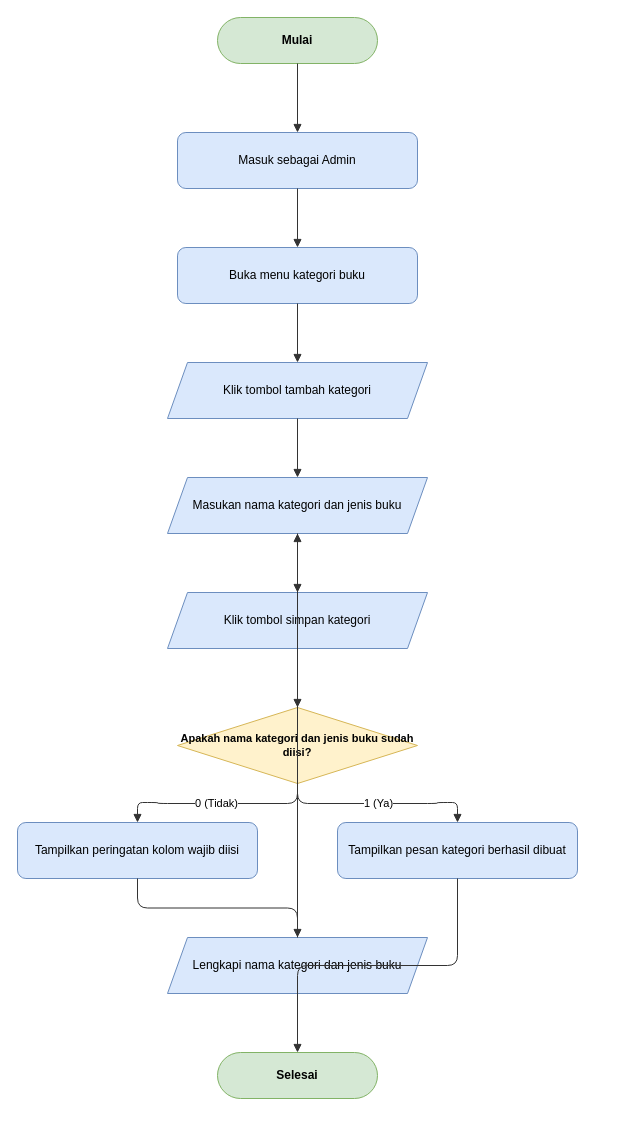
Before: page "flowchart-createcategory" (4 of 25) of docs/diagrams/flowchart.drawio in dimstyle/ruang-baca, a draw.io diagram. Source tidied: cells renumbered, new cells numbered last; positions are measured from the earlier drawing's top-left corner, leaving out a move shared by most shapes. Both pictures are drawn from the tidied source at 100%, with x=0, y=0 at pixel (17, 17).
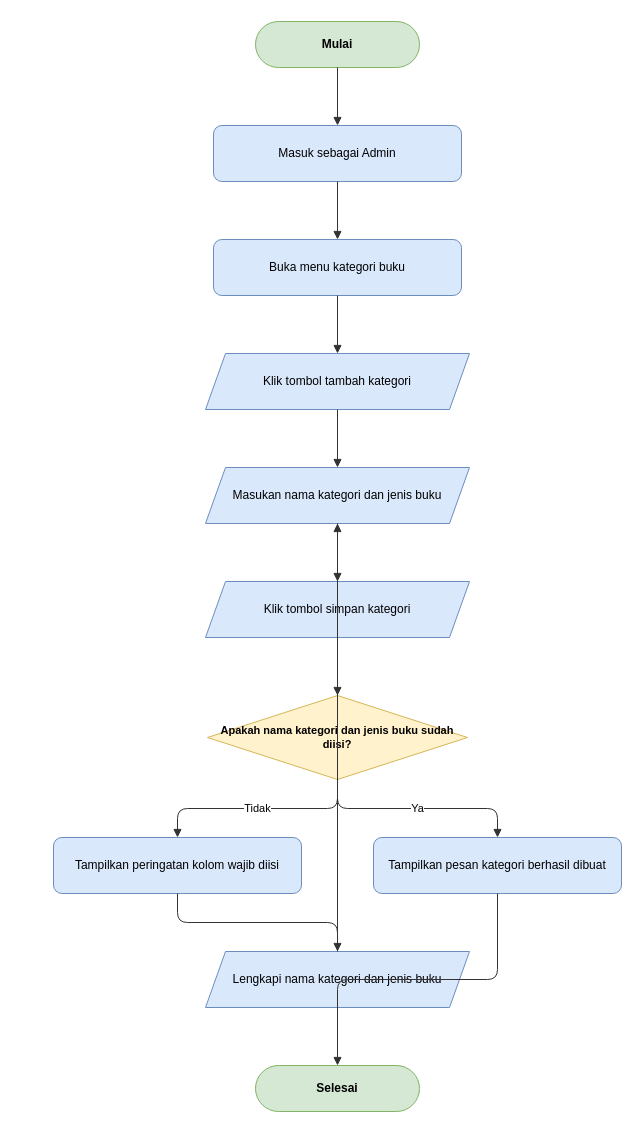
The same page after the edit.

Change to the diagram source:
```diff
@@
     <mxCell id="2" value="Mulai" style="rounded=1;whiteSpace=wrap;html=1;arcSize=50;fillColor=#d5e8d4;strokeColor=#82b366;fontStyle=1;fontSize=12;" parent="1" vertex="1">
-      <mxGeometry x="200" width="160" height="46" as="geometry" />
+      <mxGeometry x="238" y="4" width="164" height="46" as="geometry" />
     </mxCell>
     <mxCell id="3" value="Masuk sebagai Admin" style="rounded=1;whiteSpace=wrap;html=1;fillColor=#dae8fc;strokeColor=#6c8ebf;fontSize=12;" parent="1" vertex="1">
-      <mxGeometry x="160" y="115" width="240" height="56" as="geometry" />
+      <mxGeometry x="196" y="108" width="248" height="56" as="geometry" />
     </mxCell>
     <mxCell id="4" value="Buka menu kategori buku" style="rounded=1;whiteSpace=wrap;html=1;fillColor=#dae8fc;strokeColor=#6c8ebf;fontSize=12;" parent="1" vertex="1">
-      <mxGeometry x="160" y="230" width="240" height="56" as="geometry" />
+      <mxGeometry x="196" y="222" width="248" height="56" as="geometry" />
     </mxCell>
     <mxCell id="5" value="Klik tombol tambah kategori" style="shape=parallelogram;perimeter=parallelogramPerimeter;whiteSpace=wrap;html=1;fixedSize=1;fillColor=#dae8fc;strokeColor=#6c8ebf;fontSize=12;" parent="1" vertex="1">
-      <mxGeometry x="150" y="345" width="260" height="56" as="geometry" />
+      <mxGeometry x="188" y="336" width="264" height="56" as="geometry" />
     </mxCell>
     <mxCell id="6" value="Masukan nama kategori dan jenis buku" style="shape=parallelogram;perimeter=parallelogramPerimeter;whiteSpace=wrap;html=1;fixedSize=1;fillColor=#dae8fc;strokeColor=#6c8ebf;fontSize=12;" parent="1" vertex="1">
-      <mxGeometry x="150" y="460" width="260" height="56" as="geometry" />
+      <mxGeometry x="188" y="450" width="264" height="56" as="geometry" />
     </mxCell>
     <mxCell id="7" value="Klik tombol simpan kategori" style="shape=parallelogram;perimeter=parallelogramPerimeter;whiteSpace=wrap;html=1;fixedSize=1;fillColor=#dae8fc;strokeColor=#6c8ebf;fontSize=12;" parent="1" vertex="1">
-      <mxGeometry x="150" y="575" width="260" height="56" as="geometry" />
+      <mxGeometry x="188" y="564" width="264" height="56" as="geometry" />
     </mxCell>
     <mxCell id="8" value="Apakah nama kategori dan jenis buku sudah diisi?" style="rhombus;whiteSpace=wrap;html=1;fillColor=#fff2cc;strokeColor=#d6b656;fontStyle=1;fontSize=11;" parent="1" vertex="1">
-      <mxGeometry x="160" y="690" width="240" height="76" as="geometry" />
+      <mxGeometry x="190" y="678" width="260" height="84" as="geometry" />
     </mxCell>
     <mxCell id="9" value="Tampilkan peringatan kolom wajib diisi" style="rounded=1;whiteSpace=wrap;html=1;fillColor=#dae8fc;strokeColor=#6c8ebf;fontSize=12;" parent="1" vertex="1">
-      <mxGeometry y="805" width="240" height="56" as="geometry" />
+      <mxGeometry x="36" y="820" width="248" height="56" as="geometry" />
     </mxCell>
     <mxCell id="10" value="Tampilkan pesan kategori berhasil dibuat" style="rounded=1;whiteSpace=wrap;html=1;fillColor=#dae8fc;strokeColor=#6c8ebf;fontSize=12;" parent="1" vertex="1">
-      <mxGeometry x="320" y="805" width="240" height="56" as="geometry" />
+      <mxGeometry x="356" y="820" width="248" height="56" as="geometry" />
     </mxCell>
     <mxCell id="11" value="Lengkapi nama kategori dan jenis buku" style="shape=parallelogram;perimeter=parallelogramPerimeter;whiteSpace=wrap;html=1;fixedSize=1;fillColor=#dae8fc;strokeColor=#6c8ebf;fontSize=12;" parent="1" vertex="1">
-      <mxGeometry x="150" y="920" width="260" height="56" as="geometry" />
+      <mxGeometry x="188" y="934" width="264" height="56" as="geometry" />
     </mxCell>
     <mxCell id="12" value="Selesai" style="rounded=1;whiteSpace=wrap;html=1;arcSize=50;fillColor=#d5e8d4;strokeColor=#82b366;fontStyle=1;fontSize=12;" parent="1" vertex="1">
-      <mxGeometry x="200" y="1035" width="160" height="46" as="geometry" />
+      <mxGeometry x="238" y="1048" width="164" height="46" as="geometry" />
     </mxCell>
@@
-    <mxCell id="19" value="0 (Tidak)" style="edgeStyle=orthogonalEdgeStyle;rounded=1;jettySize=auto;html=1;endArrow=block;endFill=1;strokeColor=#333333;fontSize=11;labelBackgroundColor=#ffffff;" parent="1" edge="1" source="8" target="9">
+    <mxCell id="19" value="Tidak" style="edgeStyle=orthogonalEdgeStyle;rounded=1;jettySize=auto;html=1;endArrow=block;endFill=1;strokeColor=#333333;fontSize=11;labelBackgroundColor=#ffffff;" parent="1" edge="1" source="8" target="9">
       <mxGeometry relative="1" as="geometry" />
     </mxCell>
@@
-    <mxCell id="22" value="1 (Ya)" style="edgeStyle=orthogonalEdgeStyle;rounded=1;jettySize=auto;html=1;endArrow=block;endFill=1;strokeColor=#333333;fontSize=11;labelBackgroundColor=#ffffff;" parent="1" edge="1" source="8" target="10">
+    <mxCell id="22" value="Ya" style="edgeStyle=orthogonalEdgeStyle;rounded=1;jettySize=auto;html=1;endArrow=block;endFill=1;strokeColor=#333333;fontSize=11;labelBackgroundColor=#ffffff;" parent="1" edge="1" source="8" target="10">
       <mxGeometry relative="1" as="geometry" />
     </mxCell>
```
